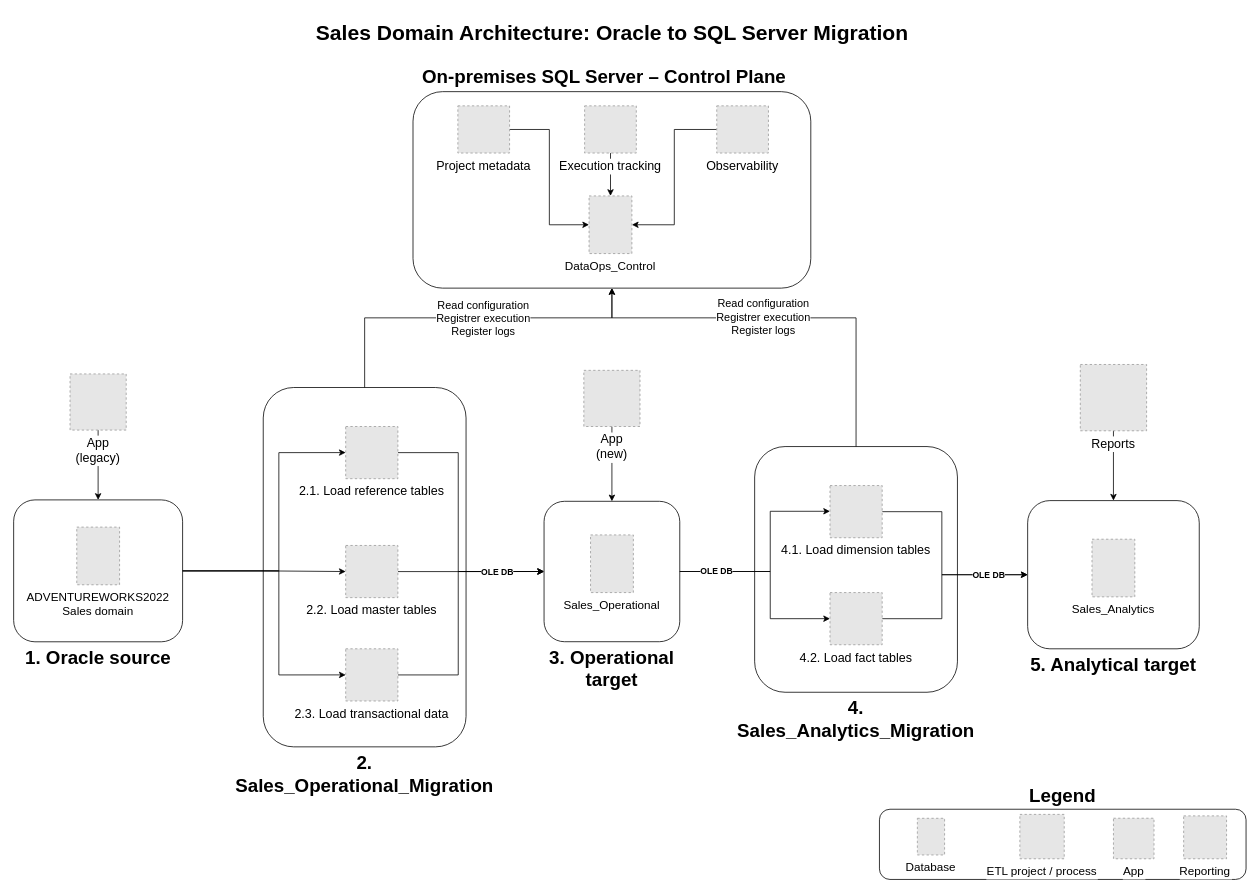
This is on_premise/oracle_mssql_migration/docs/diagrams/data_processing_design.drawio from WilderJoseth/data-engineering-projects, a draw.io file, before an edit. Source tidied: cells renumbered, new cells numbered last; positions are measured from the earlier drawing's top-left corner, leaving out a move shared by most shapes. Both pictures are drawn from the tidied source at 78%, with x=0, y=0 at pixel (13, 13). Pictures stored in the file or linked from it are replaced by grey dashed boxes.
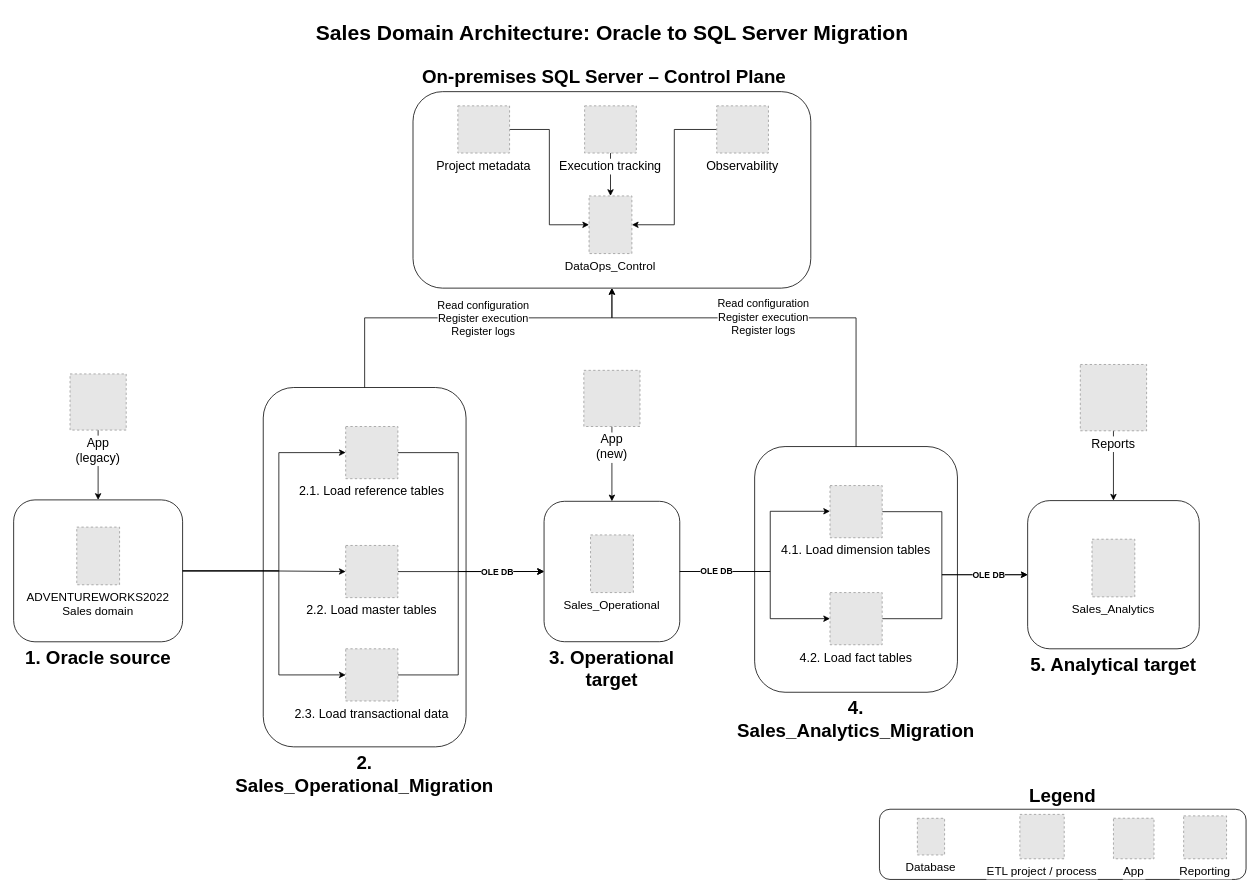
After the change.

Commit message (it also covers changes not shown here):
fix typos in diagram

The change refers to these unchanged cells:
```xml
<mxCell id="17" style="edgeStyle=orthogonalEdgeStyle;rounded=0;jettySize=auto;html=1;entryX=0.5;entryY=1;entryDx=0;entryDy=0;" parent="1" edge="1" source="19" target="8">
  <mxGeometry relative="1" as="geometry">
    <Array as="points">
      <mxPoint x="450" y="390" />
      <mxPoint x="767" y="390" />
    </Array>
  </mxGeometry>
</mxCell>
<mxCell id="41" style="edgeStyle=orthogonalEdgeStyle;rounded=0;jettySize=auto;html=1;entryX=0.5;entryY=1;entryDx=0;entryDy=0;" parent="1" edge="1" source="2" target="8">
  <mxGeometry relative="1" as="geometry">
    <Array as="points">
      <mxPoint x="1080" y="390" />
      <mxPoint x="767" y="390" />
    </Array>
  </mxGeometry>
</mxCell>
```

What changed in the source:
```diff
@@
-    <mxCell id="18" value="Read configuration&lt;div&gt;Registrer execution&lt;/div&gt;&lt;div&gt;Register logs&lt;/div&gt;" style="edgeLabel;html=1;align=center;verticalAlign=middle;fontStyle=0;fontSize=14;" parent="17" vertex="1">
+    <mxCell id="18" value="Read configuration&lt;div&gt;Register execution&lt;/div&gt;&lt;div&gt;Register logs&lt;/div&gt;" style="edgeLabel;html=1;align=center;verticalAlign=middle;fontStyle=0;fontSize=14;" parent="17" vertex="1">
       <mxGeometry y="3" relative="1" as="geometry">
         <mxPoint x="19" y="3" as="offset" />
       </mxGeometry>
     </mxCell>
@@
-    <mxCell id="42" value="&lt;span style=&quot;&quot;&gt;Read configuration&lt;/span&gt;&lt;div style=&quot;&quot;&gt;Registrer execution&lt;/div&gt;&lt;div style=&quot;&quot;&gt;Register logs&lt;/div&gt;" style="edgeLabel;html=1;align=center;verticalAlign=middle;fontSize=14;fontStyle=0;" parent="41" vertex="1">
+    <mxCell id="42" value="&lt;span style=&quot;&quot;&gt;Read configuration&lt;/span&gt;&lt;div style=&quot;&quot;&gt;Register execution&lt;/div&gt;&lt;div style=&quot;&quot;&gt;Register logs&lt;/div&gt;" style="edgeLabel;html=1;align=center;verticalAlign=middle;fontSize=14;fontStyle=0;" parent="41" vertex="1">
       <mxGeometry x="0.15" y="-2" relative="1" as="geometry">
         <mxPoint x="12" as="offset" />
       </mxGeometry>
     </mxCell>
```
